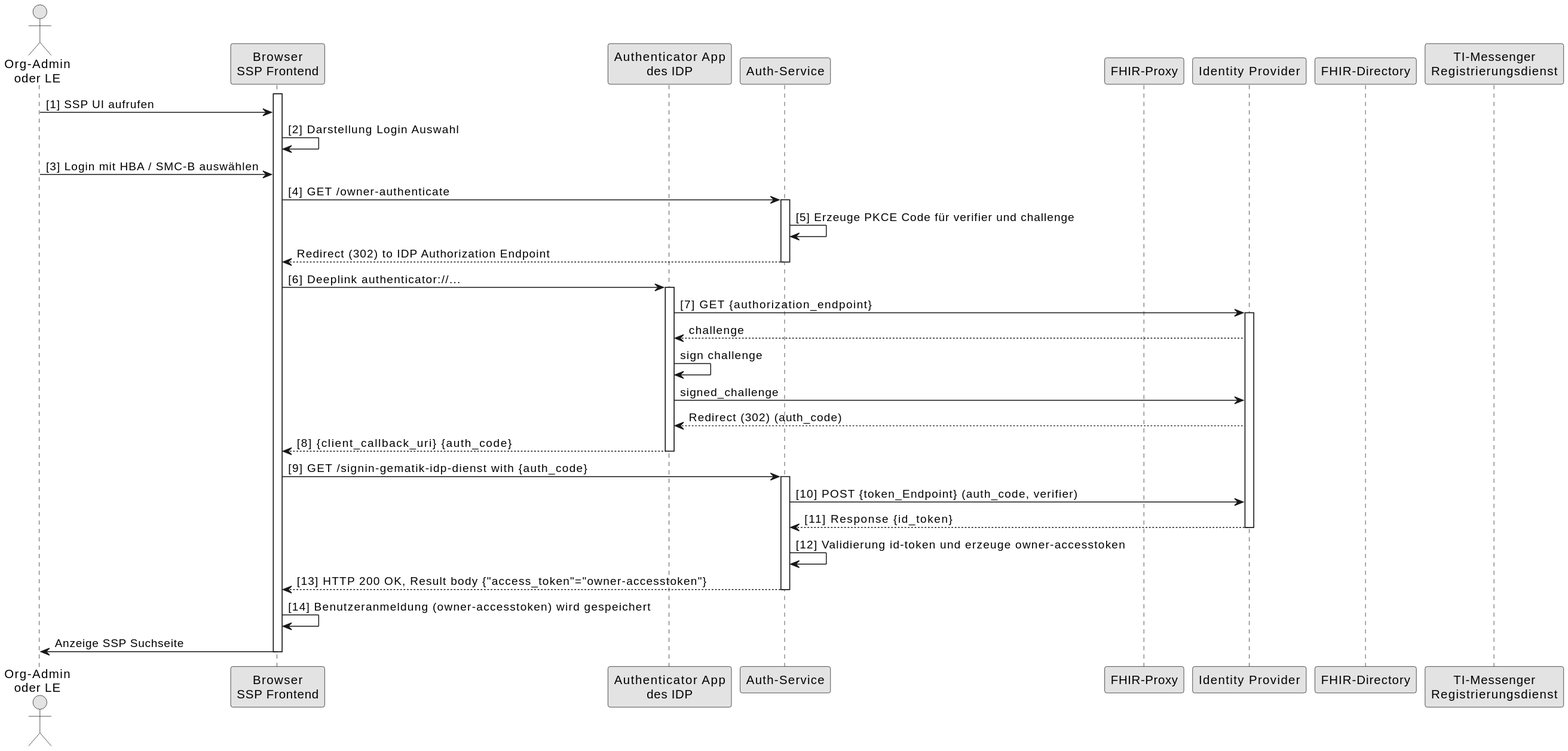
Above: images/diagrams/SequenceDiagram.FHIR-Directory.SSP.Auth.Card.svg in gematik/api-vzd (PlantUML), before the change. Source of this version:
```plantuml
@startuml
skinparam dpi 100
skinparam WrapWidth 200
skinparam monochrome true

actor o as "Org-Admin\noder LE"
participant cl as "Browser\nSSP Frontend"
participant aa as "Authenticator App\ndes IDP"
participant au as "Auth-Service"
participant fp as "FHIR-Proxy"
participant idp as "Identity Provider"
participant fd as "FHIR-Directory"
participant rd as "TI-Messenger\nRegistrierungsdienst"

activate cl
o -> cl: [1] SSP UI aufrufen
cl -> cl: [2] Darstellung Login Auswahl
o -> cl: [3] Login mit HBA / SMC-B auswählen


cl -> au: [4] GET /owner-authenticate
activate au
au -> au: [5] Erzeuge PKCE Code für verifier und challenge
au --> cl: Redirect (302) to IDP Authorization Endpoint
deactivate au
cl -> aa: [6] Deeplink authenticator://...
activate aa

aa -> idp: [7] GET {authorization_endpoint}
activate idp
idp --> aa: challenge
aa -> aa: sign challenge
aa-> idp: signed_challenge
idp --> aa: Redirect (302) (auth_code)
aa --> cl: [8] {client_callback_uri} {auth_code}
deactivate aa

cl -> au: [9] GET /signin-gematik-idp-dienst with {auth_code}
activate au
au -> idp: [10] POST {token_Endpoint} (auth_code, verifier)
idp --> au: [11] Response {id_token}

deactivate idp

au -> au: [12] Validierung id-token und erzeuge owner-accesstoken
au --> cl: [13] HTTP 200 OK, Result body {"access_token"="owner-accesstoken"}
deactivate au

cl -> cl: [14] Benutzeranmeldung (owner-accesstoken) wird gespeichert
cl -> o: Anzeige SSP Suchseite

deactivate cl
@enduml
```
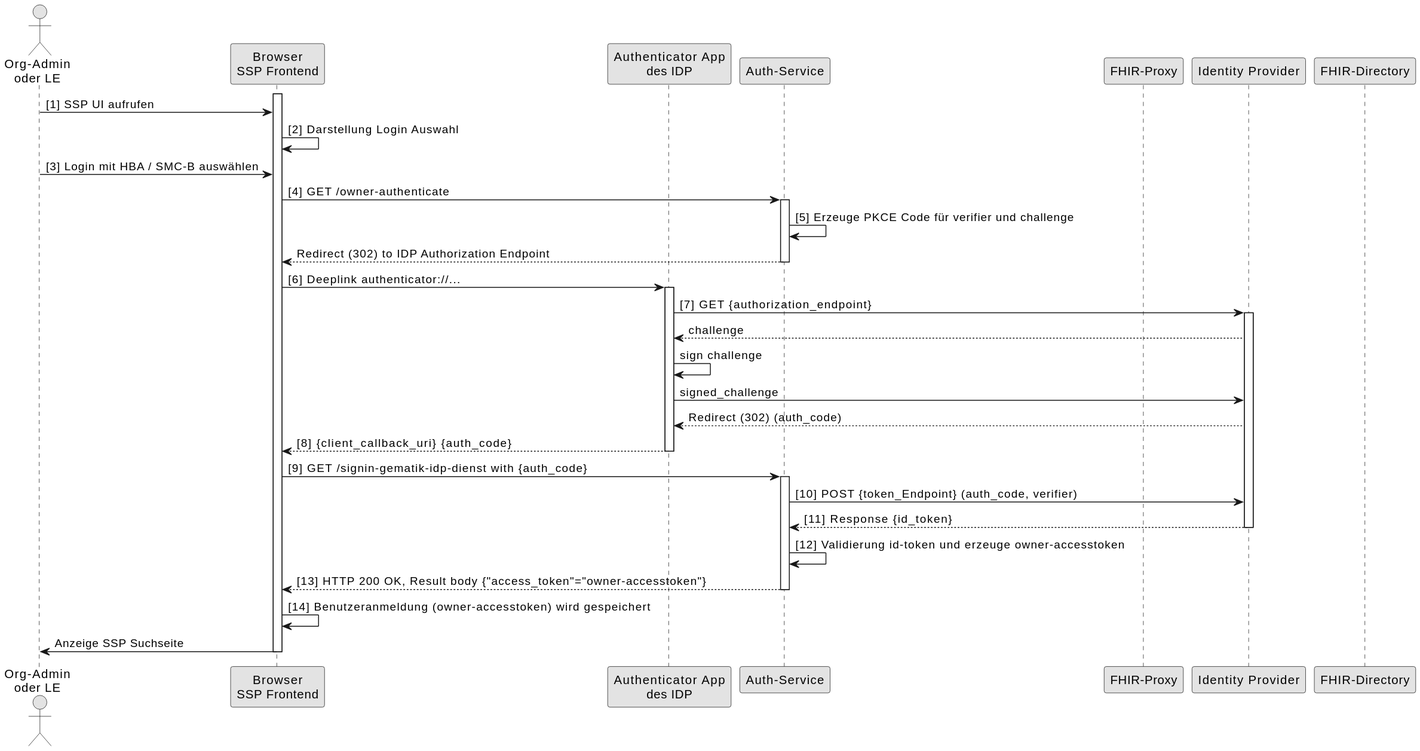
Later version of the same file.

Commit message:
Commit from GitHub Actions (GeneratePlantumlImages)

Diff of the diagram source:
```diff
@@ -10,7 +10,6 @@
 participant fp as "FHIR-Proxy"
 participant idp as "Identity Provider"
 participant fd as "FHIR-Directory"
-participant rd as "TI-Messenger\nRegistrierungsdienst"
 
 activate cl
 o -> cl: [1] SSP UI aufrufen
```
